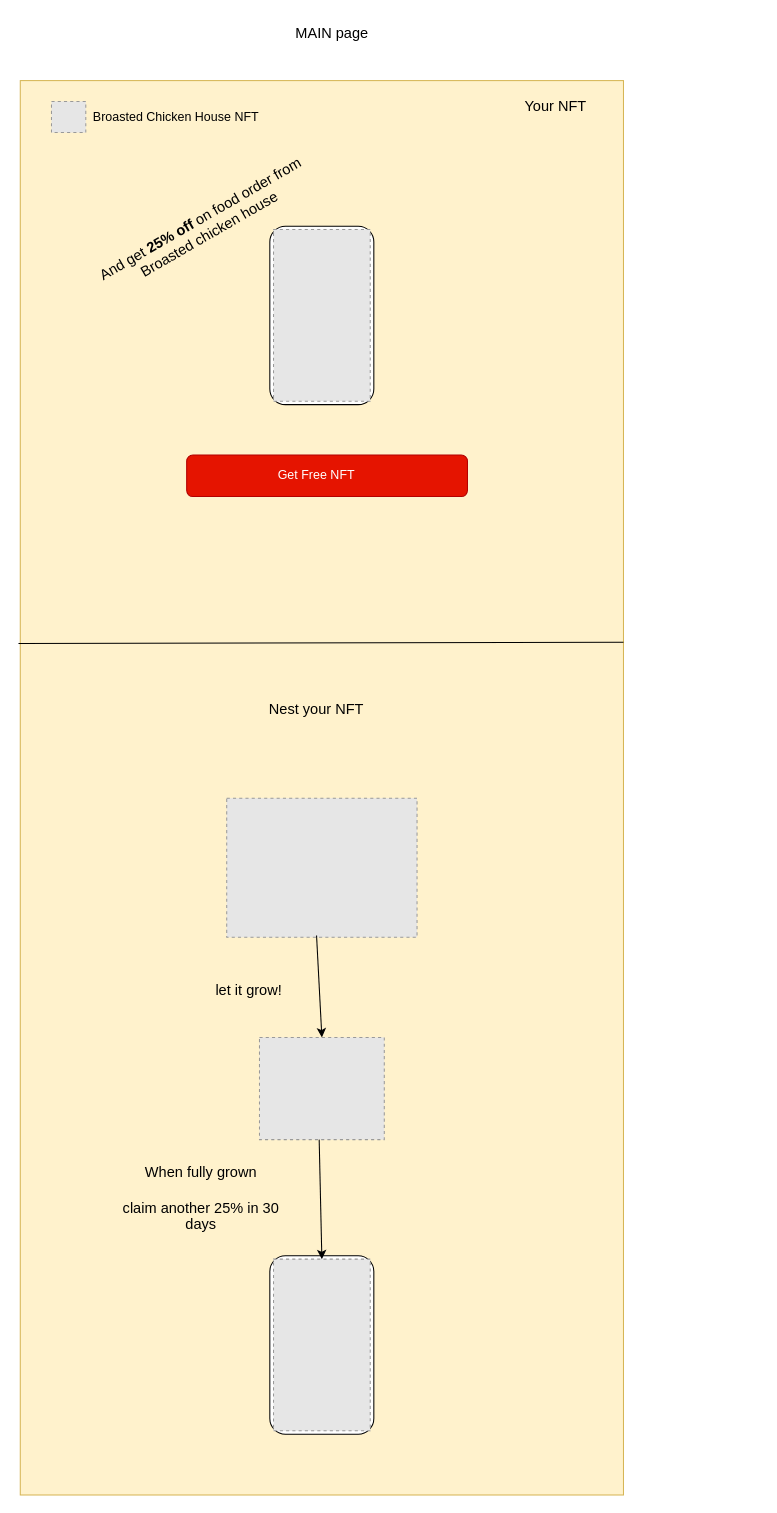
The draw.io diagram diagrams/wireframe.drawio in foodnft/chicken_NFT, before the edit. Source tidied: cells renumbered, new cells numbered last; positions are measured from the earlier drawing's top-left corner, leaving out a move shared by most shapes. Both pictures are drawn from the tidied source at 104%, with x=0, y=0 at pixel (20, 18). Pictures stored in the file or linked from it are replaced by grey dashed boxes.
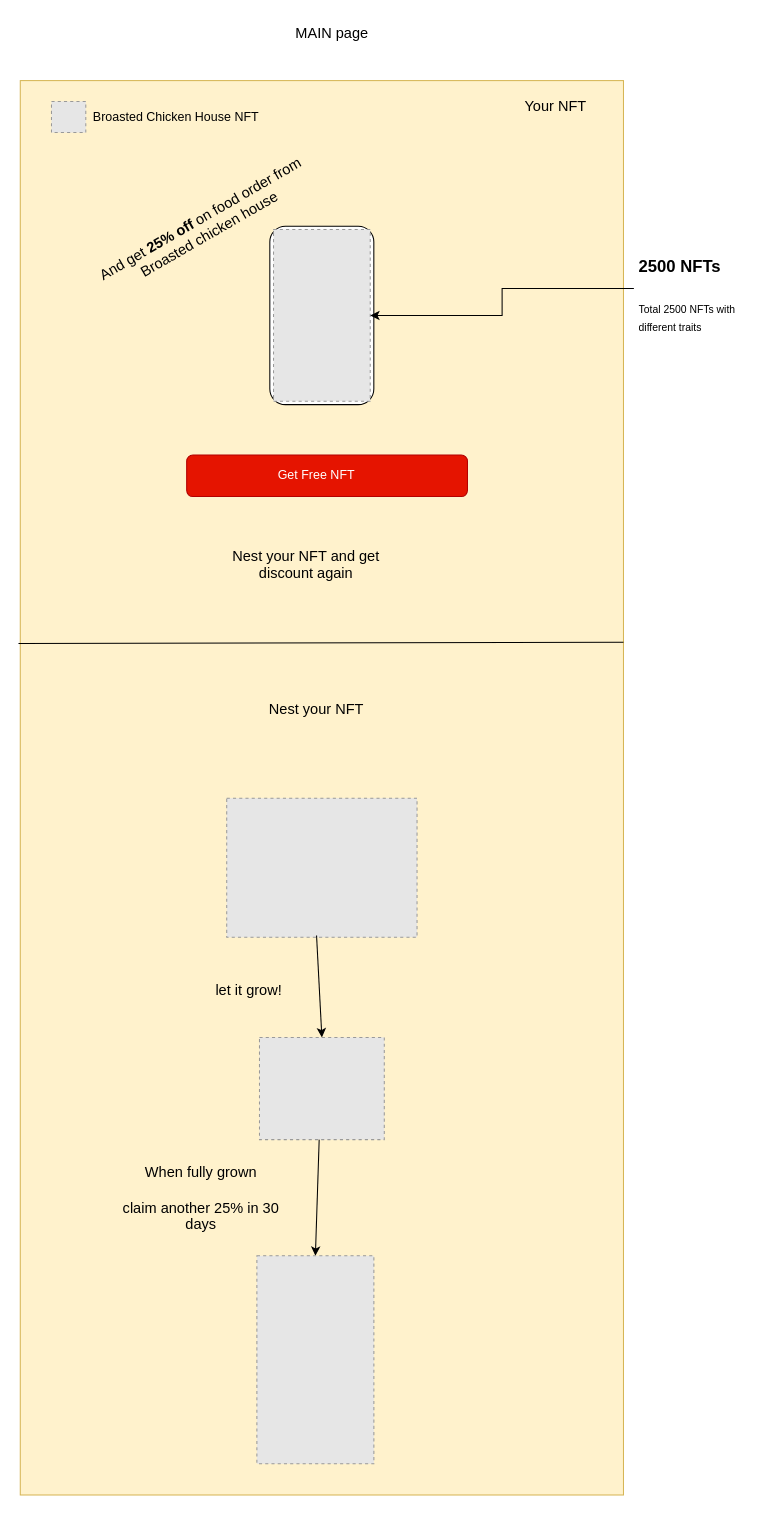
After the change.

The change refers to these unchanged cells:
```xml
<mxCell id="7" style="fillColor=#E6E6E6;strokeColor=#999999;dashed=1;verticalLabelPosition=bottom;verticalAlign=top;" parent="5" vertex="1">
  <mxGeometry x="3.5" y="3.2" width="93" height="165.1" as="geometry" />
</mxCell>
```

Diff of the diagram source:
```diff
@@
-    <mxCell id="14" style="group;" parent="1" vertex="1">
-      <mxGeometry x="240" y="1190" width="100" height="171.5" as="geometry" />
-    </mxCell>
-    <mxCell id="15" style="rounded=1;whiteSpace=wrap;html=1;rotation=90;" parent="14" vertex="1">
-      <mxGeometry x="-35.8" y="35.8" width="171.5" height="100" as="geometry" />
-    </mxCell>
-    <mxCell id="16" style="fillColor=#E6E6E6;strokeColor=#999999;dashed=1;verticalLabelPosition=bottom;verticalAlign=top;" parent="14" vertex="1">
-      <mxGeometry x="3.5" y="3.2" width="93" height="165.1" as="geometry" />
-    </mxCell>
@@
-    <mxCell id="19" style="endArrow=classic;html=1;rounded=0;fontSize=14;fontColor=#000000;exitX=0.472;exitY=0.987;exitDx=0;exitDy=0;exitPerimeter=0;entryX=0.5;entryY=0;entryDx=0;entryDy=0;" parent="1" edge="1" target="16">
+    <mxCell id="19" style="endArrow=classic;html=1;rounded=0;fontSize=14;fontColor=#000000;exitX=0.472;exitY=0.987;exitDx=0;exitDy=0;exitPerimeter=0;entryX=0.5;entryY=0;entryDx=0;entryDy=0;" parent="1" edge="1" target="24">
       <mxGeometry relative="1" as="geometry">
         <mxPoint x="287.4" y="1078.3" as="sourcePoint" />
       </mxGeometry>
     </mxCell>
@@
+    <mxCell id="24" style="fillColor=#E6E6E6;strokeColor=#999999;dashed=1;verticalLabelPosition=bottom;labelBackgroundColor=default;verticalAlign=top;" parent="1" vertex="1">
+      <mxGeometry x="227.5" y="1190" width="112.5" height="200" as="geometry" />
+    </mxCell>
+    <mxCell id="25" value="Nest your NFT and get discount again" style="text;html=1;strokeColor=none;fillColor=none;align=center;verticalAlign=middle;whiteSpace=wrap;rounded=0;fontSize=14;fontColor=#000000;" parent="1" vertex="1">
+      <mxGeometry x="198.5" y="510" width="151.5" height="30" as="geometry" />
+    </mxCell>
+    <mxCell id="26" style="edgeStyle=orthogonalEdgeStyle;rounded=0;jettySize=auto;html=1;fontSize=10;fontColor=#000000;" parent="1" edge="1" source="27" target="7">
+      <mxGeometry relative="1" as="geometry" />
+    </mxCell>
+    <mxCell id="27" value="&lt;h1&gt;&lt;font style=&quot;font-size: 16px;&quot;&gt;2500 NFTs&lt;/font&gt;&lt;/h1&gt;&lt;p&gt;&lt;font style=&quot;font-size: 10px;&quot;&gt;Total 2500 NFTs with different traits&lt;/font&gt;&lt;/p&gt;" style="text;html=1;strokeColor=none;fillColor=none;spacing=5;spacingTop=-20;whiteSpace=wrap;overflow=hidden;rounded=0;fontSize=14;fontColor=#000000;" parent="1" vertex="1">
+      <mxGeometry x="590" y="210" width="120" height="100" as="geometry" />
+    </mxCell>
```
